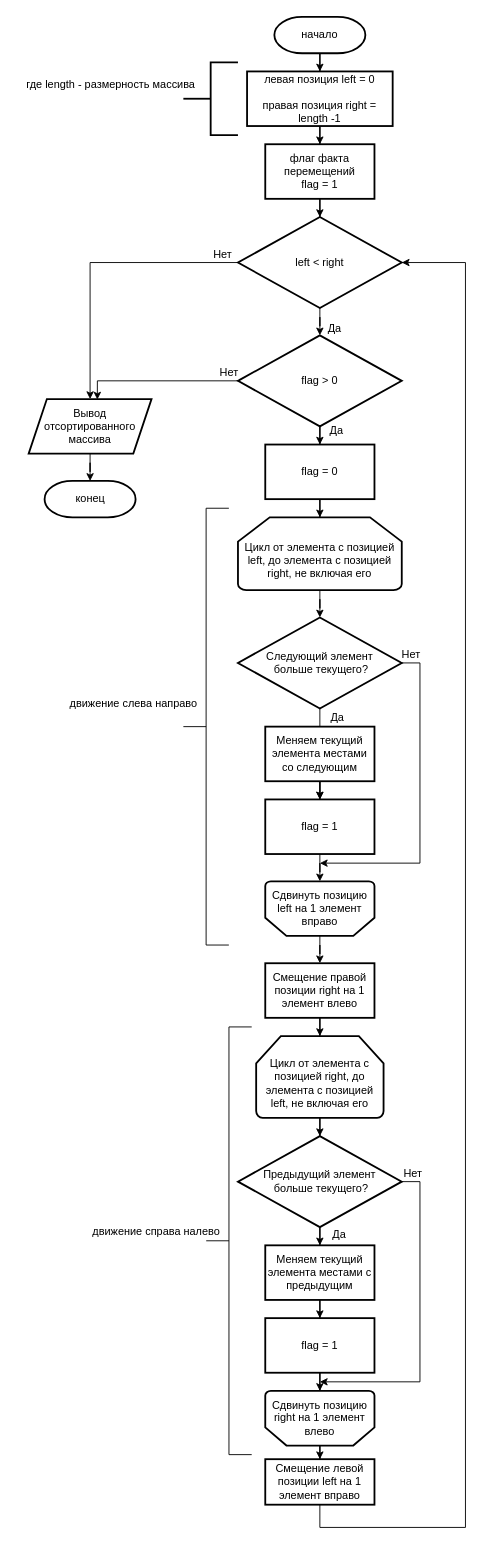
Above: src/home_work_2/sorts/ShakerSort.drawio in konstantin-f13/HomeWork (draw.io), before the change. Source tidied: cells renumbered, new cells numbered last; positions are measured from the earlier drawing's top-left corner, leaving out a move shared by most shapes. Both pictures are drawn from the tidied source at 91%, with x=0, y=0 at pixel (15, 16).
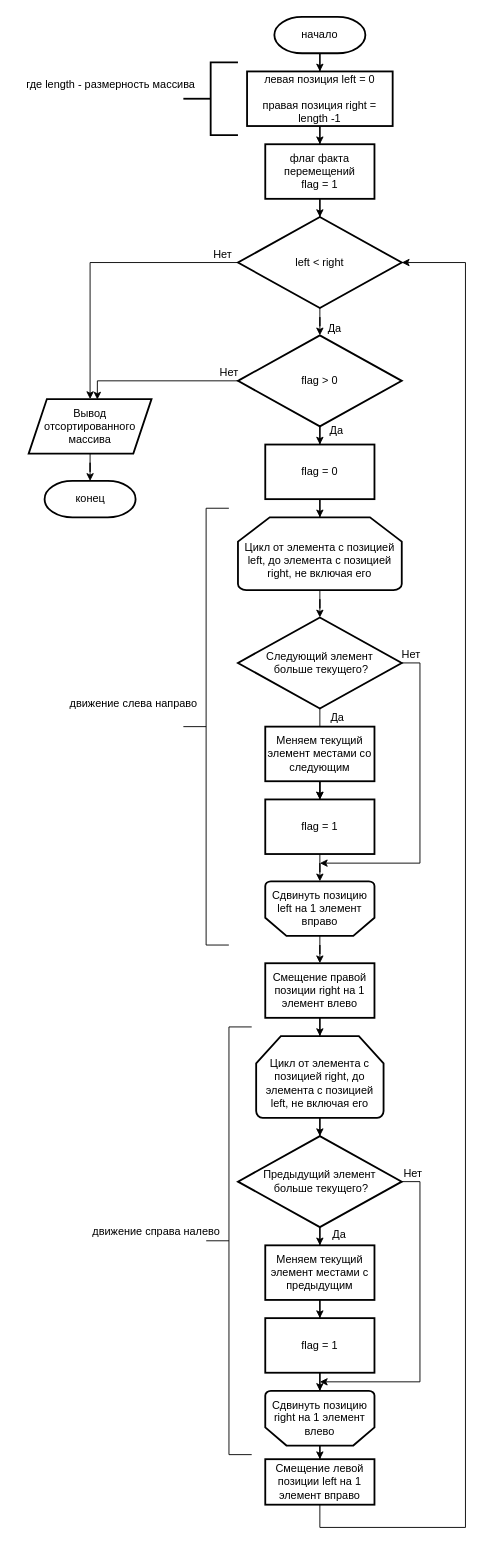
The same page after the edit.

Commit message (it also covers changes not shown here):
Task 3 updated - typing errors corrected.

Change to the diagram source:
```diff
@@
-    <mxCell id="22" value="Меняем текущий элемента местами со следующим" style="rounded=0;whiteSpace=wrap;html=1;fontSize=12;strokeWidth=2;" parent="1" vertex="1">
+    <mxCell id="22" value="Меняем текущий элемент местами со следующим" style="rounded=0;whiteSpace=wrap;html=1;fontSize=12;strokeWidth=2;" parent="1" vertex="1">
       <mxGeometry x="275" y="780" width="120" height="60" as="geometry" />
     </mxCell>
@@
-    <mxCell id="40" value="Меняем текущий элемента местами с предыдущим" style="rounded=0;whiteSpace=wrap;html=1;fontSize=12;strokeWidth=2;" parent="1" vertex="1">
+    <mxCell id="40" value="Меняем текущий элемент местами с предыдущим" style="rounded=0;whiteSpace=wrap;html=1;fontSize=12;strokeWidth=2;" parent="1" vertex="1">
       <mxGeometry x="275" y="1350" width="120" height="60" as="geometry" />
     </mxCell>
```
